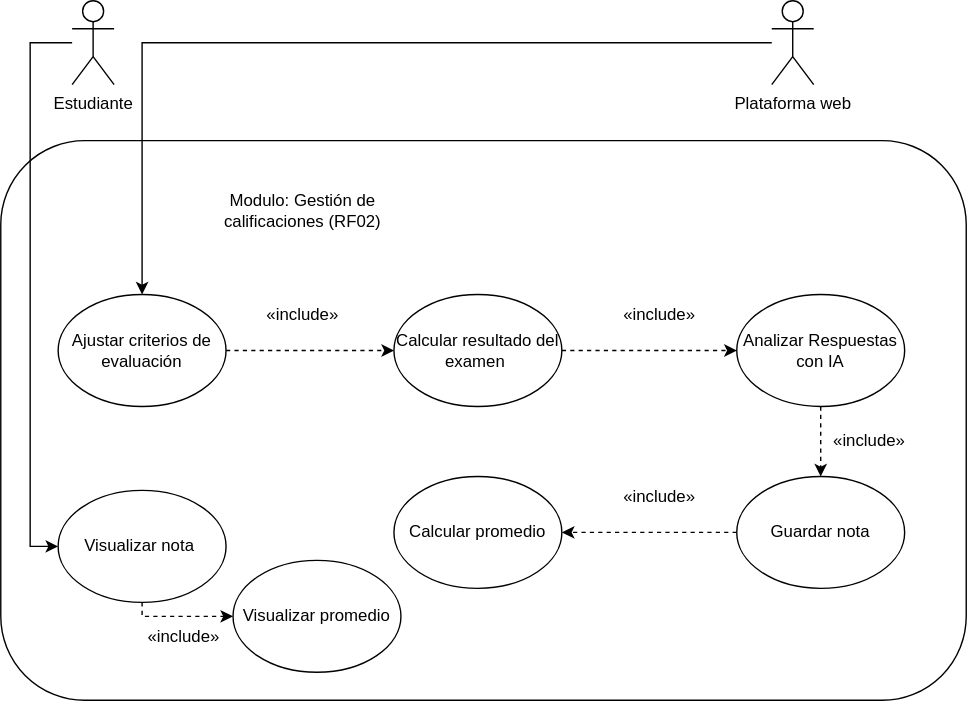
Before: docs/diagrams/usecases/UCD-gestionDeCalificaciones.svg, a diagram exported from draw.io (Juanb7737/calificia). Source tidied: cells renumbered, new cells last; positions are measured from the earlier drawing's top-left corner, leaving out a move shared by most shapes.
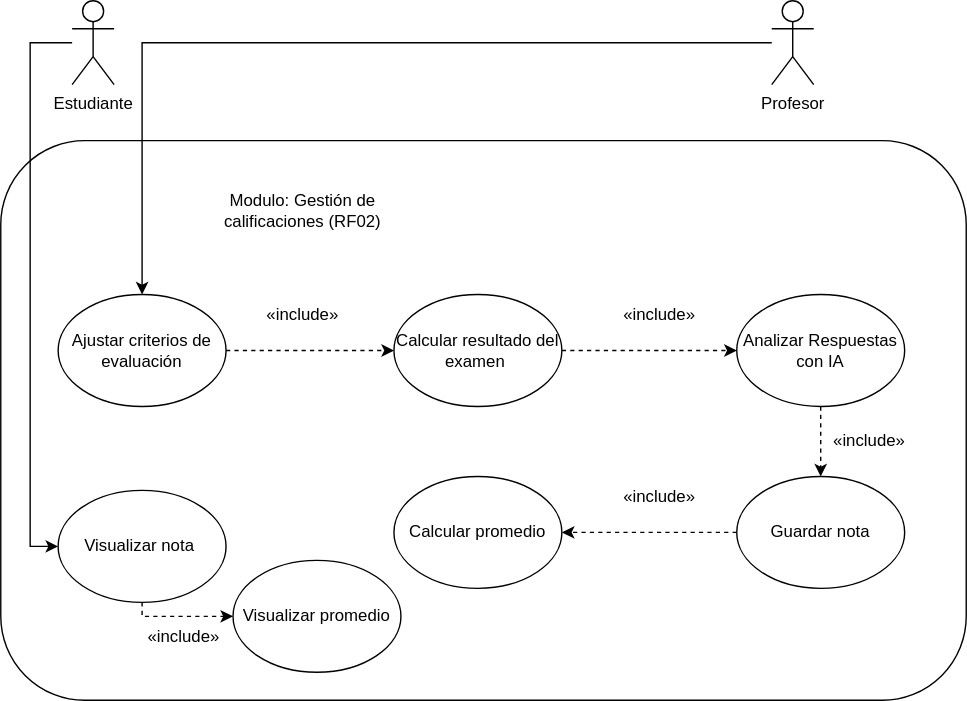
Later version of the same file.

Change to the diagram source:
```diff
@@ -44,7 +44,7 @@
     <mxCell id="12" value="Estudiante" style="shape=umlActor;verticalLabelPosition=bottom;verticalAlign=top;html=1;outlineConnect=0;" parent="1" vertex="1">
       <mxGeometry x="51" width="30" height="60" as="geometry" />
     </mxCell>
-    <mxCell id="13" value="Plataforma web" style="shape=umlActor;verticalLabelPosition=bottom;verticalAlign=top;html=1;outlineConnect=0;" parent="1" vertex="1">
+    <mxCell id="13" value="Profesor" style="shape=umlActor;verticalLabelPosition=bottom;verticalAlign=top;html=1;outlineConnect=0;" parent="1" vertex="1">
       <mxGeometry x="551" width="30" height="60" as="geometry" />
     </mxCell>
     <mxCell id="14" style="edgeStyle=orthogonalEdgeStyle;rounded=0;jettySize=auto;html=1;entryX=0.5;entryY=0;entryDx=0;entryDy=0;" parent="1" edge="1" source="13" target="4">
```
